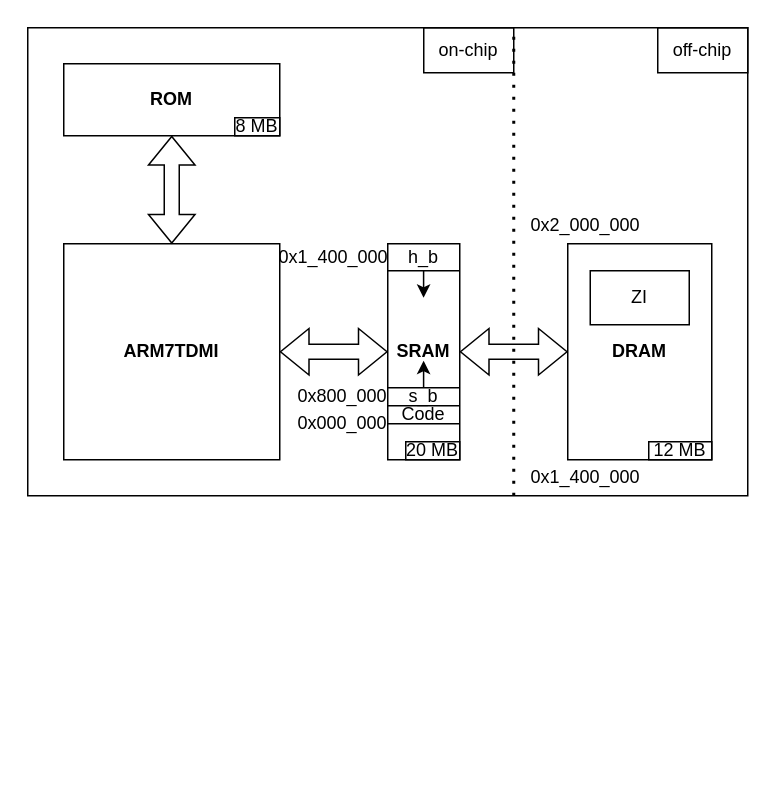
Above: page "New-Memory" (5 of 6) of Report/diagrams/esd-diagrams.drawio in PavlosTzitzos/esd-project (draw.io), before the change. Source tidied: cells renumbered, new cells numbered last; positions are measured from the earlier drawing's top-left corner, leaving out a move shared by most shapes. Both pictures are drawn from the tidied source at 150%, with x=0, y=0 at pixel (27, 27).
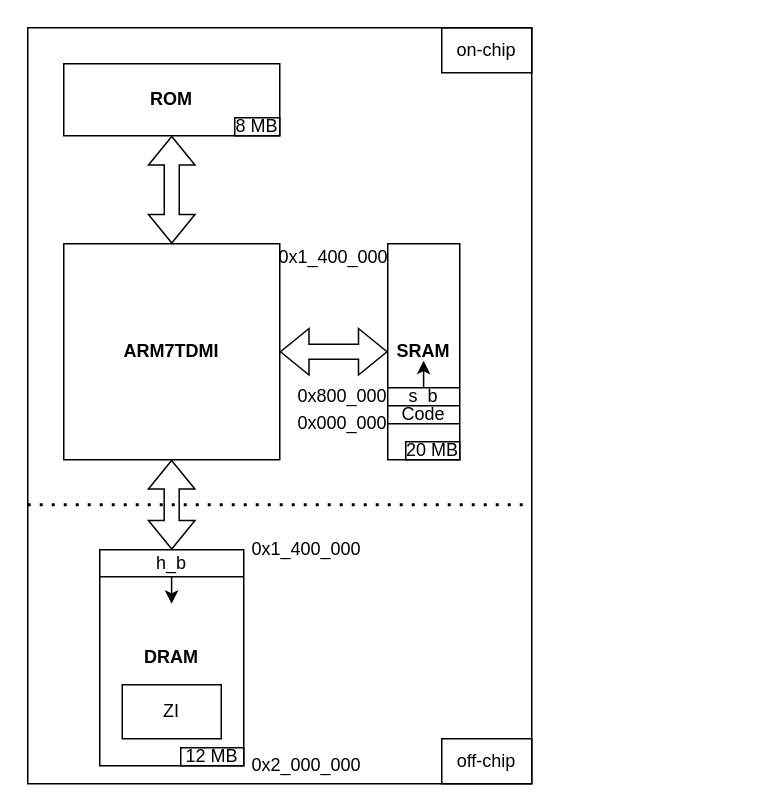
The same diagram, later.

Unchanged cells that the change refers to:
```xml
<mxCell id="5" value="&lt;b&gt;SRAM&lt;/b&gt;" style="rounded=0;whiteSpace=wrap;html=1;direction=south;" parent="1" vertex="1">
  <mxGeometry x="240" y="144" width="48" height="144" as="geometry" />
</mxCell>
```

The edit, as a diff of the source:
```diff
@@
     <mxCell id="3" style="rounded=0;whiteSpace=wrap;html=1;fillColor=none;" parent="1" vertex="1">
-      <mxGeometry width="480" height="312" as="geometry" />
+      <mxGeometry width="336" height="504" as="geometry" />
     </mxCell>
@@
     <mxCell id="6" value="&lt;b&gt;DRAM&lt;/b&gt;" style="rounded=0;whiteSpace=wrap;html=1;direction=south;" parent="1" vertex="1">
-      <mxGeometry x="360" y="144" width="96" height="144" as="geometry" />
+      <mxGeometry x="48" y="348" width="96" height="144" as="geometry" />
     </mxCell>
@@
-    <mxCell id="10" style="shape=flexArrow;endArrow=classic;startArrow=classic;html=1;rounded=0;entryX=0.5;entryY=1;entryDx=0;entryDy=0;exitX=0.5;exitY=0;exitDx=0;exitDy=0;" parent="1" edge="1" source="5" target="6">
-      <mxGeometry relative="1" as="geometry" />
+    <mxCell id="10" style="shape=flexArrow;endArrow=classic;startArrow=classic;html=1;rounded=0;" parent="1" edge="1">
+      <mxGeometry relative="1" as="geometry">
+        <mxPoint x="95.9" y="288" as="sourcePoint" />
+        <mxPoint x="96" y="348" as="targetPoint" />
+      </mxGeometry>
     </mxCell>
@@
     <mxCell id="13" value="h_b" style="text;html=1;strokeColor=none;fillColor=none;align=center;verticalAlign=middle;whiteSpace=wrap;rounded=0;" parent="1" vertex="1">
-      <mxGeometry x="240" y="144" width="48" height="18" as="geometry" />
+      <mxGeometry x="48" y="348" width="96" height="18" as="geometry" />
     </mxCell>
@@
     <mxCell id="18" style="endArrow=classic;html=1;rounded=0;" parent="1" edge="1">
       <mxGeometry relative="1" as="geometry">
-        <mxPoint x="263.9" y="162" as="sourcePoint" />
-        <mxPoint x="263.9" y="180" as="targetPoint" />
+        <mxPoint x="95.9" y="366" as="sourcePoint" />
+        <mxPoint x="95.9" y="384" as="targetPoint" />
       </mxGeometry>
     </mxCell>
     <mxCell id="19" value="ZI" style="text;html=1;strokeColor=default;fillColor=none;align=center;verticalAlign=middle;whiteSpace=wrap;rounded=0;" parent="1" vertex="1">
-      <mxGeometry x="375" y="162" width="66" height="36" as="geometry" />
+      <mxGeometry x="63" y="438" width="66" height="36" as="geometry" />
     </mxCell>
@@
     <mxCell id="21" value="0x1_400_000" style="text;html=1;strokeColor=none;fillColor=none;align=center;verticalAlign=middle;whiteSpace=wrap;rounded=0;" parent="1" vertex="1">
-      <mxGeometry x="342" y="288" width="60" height="24" as="geometry" />
+      <mxGeometry x="156" y="336" width="60" height="24" as="geometry" />
     </mxCell>
     <mxCell id="22" value="0x2_000_000" style="text;html=1;strokeColor=none;fillColor=none;align=center;verticalAlign=middle;whiteSpace=wrap;rounded=0;" parent="1" vertex="1">
-      <mxGeometry x="342" y="120" width="60" height="24" as="geometry" />
+      <mxGeometry x="156" y="480" width="60" height="24" as="geometry" />
     </mxCell>
@@
     <mxCell id="25" value="12 MB" style="text;html=1;strokeColor=default;fillColor=none;align=center;verticalAlign=middle;whiteSpace=wrap;rounded=0;" parent="1" vertex="1">
-      <mxGeometry x="414" y="276" width="42" height="12" as="geometry" />
+      <mxGeometry x="102" y="480" width="42" height="12" as="geometry" />
     </mxCell>
@@
-    <mxCell id="28" style="endArrow=none;dashed=1;html=1;dashPattern=1 3;strokeWidth=2;rounded=0;" parent="1" edge="1">
-      <mxGeometry relative="1" as="geometry">
-        <mxPoint x="324" y="312" as="sourcePoint" />
-        <mxPoint x="324" as="targetPoint" />
-      </mxGeometry>
-    </mxCell>
     <mxCell id="29" value="off-chip" style="text;html=1;strokeColor=default;fillColor=none;align=center;verticalAlign=middle;whiteSpace=wrap;rounded=0;" parent="1" vertex="1">
-      <mxGeometry x="420" width="60" height="30" as="geometry" />
+      <mxGeometry x="276" y="474" width="60" height="30" as="geometry" />
     </mxCell>
     <mxCell id="30" value="on-chip" style="text;html=1;strokeColor=default;fillColor=none;align=center;verticalAlign=middle;whiteSpace=wrap;rounded=0;" parent="1" vertex="1">
-      <mxGeometry x="264" width="60" height="30" as="geometry" />
+      <mxGeometry x="276" width="60" height="30" as="geometry" />
     </mxCell>
+    <mxCell id="31" style="endArrow=none;dashed=1;html=1;dashPattern=1 3;strokeWidth=2;rounded=0;" parent="1" edge="1">
+      <mxGeometry relative="1" as="geometry">
+        <mxPoint y="318" as="sourcePoint" />
+        <mxPoint x="336" y="318" as="targetPoint" />
+      </mxGeometry>
+    </mxCell>
```
